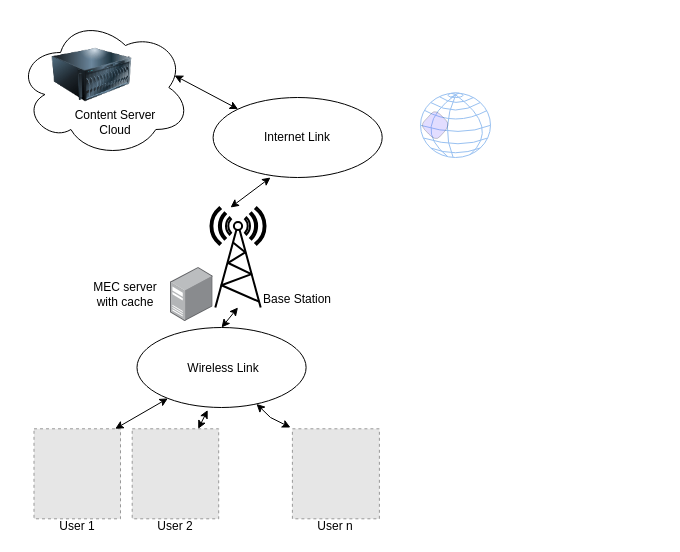
Before: ICC2024.drawio in gughets/mrleo, a draw.io diagram. Source tidied: cells renumbered, new cells numbered last; positions are measured from the earlier drawing's top-left corner, leaving out a move shared by most shapes. Both pictures are drawn from the tidied source at 100%, with x=0, y=0 at pixel (17, 17). Pictures stored in the file or linked from it are replaced by grey dashed boxes.
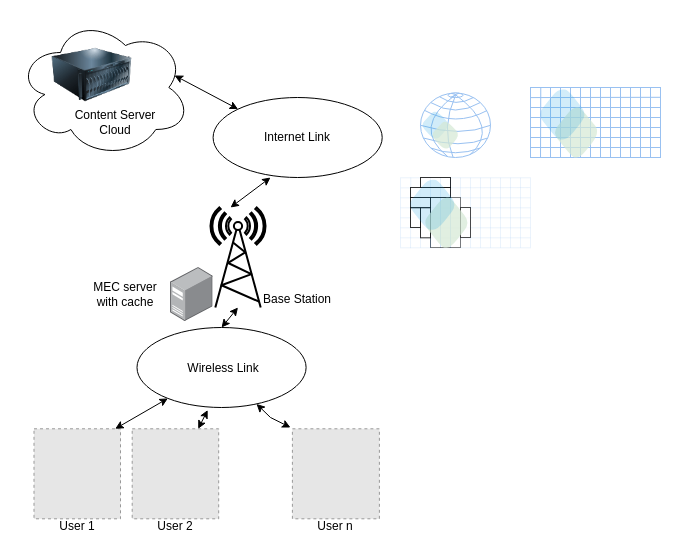
After the change.

The edit, as a diff of the source:
```diff
@@
-    <mxCell id="39" style="shape=hexagon;perimeter=hexagonPerimeter2;whiteSpace=wrap;html=1;fixedSize=1;rounded=1;shadow=0;opacity=20;fillStyle=auto;fillColor=#7154FF;" parent="1" vertex="1">
+    <mxCell id="39" style="shape=hexagon;perimeter=hexagonPerimeter2;whiteSpace=wrap;html=1;fixedSize=1;rounded=1;shadow=0;opacity=20;fillStyle=auto;fillColor=#1ba1e2;strokeColor=none;fontColor=#ffffff;" parent="1" vertex="1">
       <mxGeometry x="403" y="91.6" width="30" height="32.2" as="geometry" />
     </mxCell>
+    <mxCell id="40" style="shape=hexagon;perimeter=hexagonPerimeter2;whiteSpace=wrap;html=1;fixedSize=1;rounded=1;shadow=0;opacity=70;fillStyle=auto;fillColor=#d5e8d4;strokeColor=none;" parent="1" vertex="1">
+      <mxGeometry x="413" y="101.6" width="30" height="32.2" as="geometry" />
+    </mxCell>
+    <mxCell id="41" style="rounded=0;whiteSpace=wrap;html=1;strokeColor=#99C1F1;" parent="1" vertex="1">
+      <mxGeometry x="513" y="70" width="130" height="70" as="geometry" />
+    </mxCell>
+    <mxCell id="42" style="endArrow=none;html=1;rounded=0;entryX=0.079;entryY=-0.004;entryDx=0;entryDy=0;entryPerimeter=0;exitX=0.077;exitY=1.005;exitDx=0;exitDy=0;exitPerimeter=0;strokeColor=#99C1F1;" parent="1" edge="1" source="41" target="41">
+      <mxGeometry relative="1" as="geometry" />
+    </mxCell>
+    <mxCell id="43" style="endArrow=none;html=1;rounded=0;entryX=0.079;entryY=-0.004;entryDx=0;entryDy=0;entryPerimeter=0;exitX=0.077;exitY=1.005;exitDx=0;exitDy=0;exitPerimeter=0;strokeColor=#99C1F1;" parent="1" edge="1">
+      <mxGeometry relative="1" as="geometry">
+        <mxPoint x="533" y="140" as="sourcePoint" />
+        <mxPoint x="533" y="70" as="targetPoint" />
+      </mxGeometry>
+    </mxCell>
+    <mxCell id="44" style="endArrow=none;html=1;rounded=0;entryX=0.079;entryY=-0.004;entryDx=0;entryDy=0;entryPerimeter=0;exitX=0.077;exitY=1.005;exitDx=0;exitDy=0;exitPerimeter=0;strokeColor=#99C1F1;" parent="1" edge="1">
+      <mxGeometry relative="1" as="geometry">
+        <mxPoint x="543" y="140" as="sourcePoint" />
+        <mxPoint x="543" y="70" as="targetPoint" />
+      </mxGeometry>
+    </mxCell>
+    <mxCell id="45" style="endArrow=none;html=1;rounded=0;entryX=0.079;entryY=-0.004;entryDx=0;entryDy=0;entryPerimeter=0;exitX=0.077;exitY=1.005;exitDx=0;exitDy=0;exitPerimeter=0;strokeColor=#99C1F1;" parent="1" edge="1">
+      <mxGeometry relative="1" as="geometry">
+        <mxPoint x="553" y="140" as="sourcePoint" />
+        <mxPoint x="553" y="70" as="targetPoint" />
+      </mxGeometry>
+    </mxCell>
+    <mxCell id="46" style="endArrow=none;html=1;rounded=0;entryX=0.079;entryY=-0.004;entryDx=0;entryDy=0;entryPerimeter=0;exitX=0.077;exitY=1.005;exitDx=0;exitDy=0;exitPerimeter=0;strokeColor=#99C1F1;" parent="1" edge="1">
+      <mxGeometry relative="1" as="geometry">
+        <mxPoint x="563" y="140" as="sourcePoint" />
+        <mxPoint x="563" y="70" as="targetPoint" />
+      </mxGeometry>
+    </mxCell>
+    <mxCell id="47" style="endArrow=none;html=1;rounded=0;entryX=0.079;entryY=-0.004;entryDx=0;entryDy=0;entryPerimeter=0;exitX=0.077;exitY=1.005;exitDx=0;exitDy=0;exitPerimeter=0;strokeColor=#99C1F1;" parent="1" edge="1">
+      <mxGeometry relative="1" as="geometry">
+        <mxPoint x="573" y="140" as="sourcePoint" />
+        <mxPoint x="573" y="70" as="targetPoint" />
+      </mxGeometry>
+    </mxCell>
+    <mxCell id="48" style="endArrow=none;html=1;rounded=0;entryX=0.079;entryY=-0.004;entryDx=0;entryDy=0;entryPerimeter=0;exitX=0.077;exitY=1.005;exitDx=0;exitDy=0;exitPerimeter=0;strokeColor=#99C1F1;" parent="1" edge="1">
+      <mxGeometry relative="1" as="geometry">
+        <mxPoint x="583" y="140" as="sourcePoint" />
+        <mxPoint x="583" y="70" as="targetPoint" />
+      </mxGeometry>
+    </mxCell>
+    <mxCell id="49" style="endArrow=none;html=1;rounded=0;entryX=0.079;entryY=-0.004;entryDx=0;entryDy=0;entryPerimeter=0;exitX=0.077;exitY=1.005;exitDx=0;exitDy=0;exitPerimeter=0;strokeColor=#99C1F1;" parent="1" edge="1">
+      <mxGeometry relative="1" as="geometry">
+        <mxPoint x="593" y="140" as="sourcePoint" />
+        <mxPoint x="593" y="70" as="targetPoint" />
+      </mxGeometry>
+    </mxCell>
+    <mxCell id="50" style="endArrow=none;html=1;rounded=0;entryX=0.079;entryY=-0.004;entryDx=0;entryDy=0;entryPerimeter=0;exitX=0.077;exitY=1.005;exitDx=0;exitDy=0;exitPerimeter=0;strokeColor=#99C1F1;" parent="1" edge="1">
+      <mxGeometry relative="1" as="geometry">
+        <mxPoint x="603" y="140" as="sourcePoint" />
+        <mxPoint x="603" y="70" as="targetPoint" />
+      </mxGeometry>
+    </mxCell>
+    <mxCell id="51" style="endArrow=none;html=1;rounded=0;entryX=0.079;entryY=-0.004;entryDx=0;entryDy=0;entryPerimeter=0;exitX=0.077;exitY=1.005;exitDx=0;exitDy=0;exitPerimeter=0;strokeColor=#99C1F1;" parent="1" edge="1">
+      <mxGeometry relative="1" as="geometry">
+        <mxPoint x="613" y="140" as="sourcePoint" />
+        <mxPoint x="613" y="70" as="targetPoint" />
+      </mxGeometry>
+    </mxCell>
+    <mxCell id="52" style="endArrow=none;html=1;rounded=0;entryX=0.079;entryY=-0.004;entryDx=0;entryDy=0;entryPerimeter=0;exitX=0.077;exitY=1.005;exitDx=0;exitDy=0;exitPerimeter=0;strokeColor=#99C1F1;" parent="1" edge="1">
+      <mxGeometry relative="1" as="geometry">
+        <mxPoint x="623" y="140" as="sourcePoint" />
+        <mxPoint x="623" y="70" as="targetPoint" />
+      </mxGeometry>
+    </mxCell>
+    <mxCell id="53" style="endArrow=none;html=1;rounded=0;entryX=0.079;entryY=-0.004;entryDx=0;entryDy=0;entryPerimeter=0;exitX=0.077;exitY=1.005;exitDx=0;exitDy=0;exitPerimeter=0;strokeColor=#99C1F1;" parent="1" edge="1">
+      <mxGeometry relative="1" as="geometry">
+        <mxPoint x="633" y="140" as="sourcePoint" />
+        <mxPoint x="633" y="70" as="targetPoint" />
+      </mxGeometry>
+    </mxCell>
+    <mxCell id="54" style="endArrow=none;html=1;rounded=0;entryX=0.998;entryY=0.14;entryDx=0;entryDy=0;entryPerimeter=0;exitX=0.002;exitY=0.144;exitDx=0;exitDy=0;exitPerimeter=0;strokeColor=#99C1F1;" parent="1" edge="1" source="41" target="41">
+      <mxGeometry relative="1" as="geometry" />
+    </mxCell>
+    <mxCell id="55" style="endArrow=none;html=1;rounded=0;entryX=0.998;entryY=0.14;entryDx=0;entryDy=0;entryPerimeter=0;exitX=0.002;exitY=0.144;exitDx=0;exitDy=0;exitPerimeter=0;strokeColor=#99C1F1;" parent="1" edge="1">
+      <mxGeometry relative="1" as="geometry">
+        <mxPoint x="513" y="90" as="sourcePoint" />
+        <mxPoint x="643" y="90" as="targetPoint" />
+      </mxGeometry>
+    </mxCell>
+    <mxCell id="56" style="endArrow=none;html=1;rounded=0;entryX=0.998;entryY=0.14;entryDx=0;entryDy=0;entryPerimeter=0;exitX=0.002;exitY=0.144;exitDx=0;exitDy=0;exitPerimeter=0;strokeColor=#99C1F1;" parent="1" edge="1">
+      <mxGeometry relative="1" as="geometry">
+        <mxPoint x="513" y="100" as="sourcePoint" />
+        <mxPoint x="643" y="100" as="targetPoint" />
+      </mxGeometry>
+    </mxCell>
+    <mxCell id="57" style="endArrow=none;html=1;rounded=0;entryX=0.998;entryY=0.14;entryDx=0;entryDy=0;entryPerimeter=0;exitX=0.002;exitY=0.144;exitDx=0;exitDy=0;exitPerimeter=0;strokeColor=#99C1F1;" parent="1" edge="1">
+      <mxGeometry relative="1" as="geometry">
+        <mxPoint x="513" y="110" as="sourcePoint" />
+        <mxPoint x="643" y="110" as="targetPoint" />
+      </mxGeometry>
+    </mxCell>
+    <mxCell id="58" style="endArrow=none;html=1;rounded=0;entryX=0.998;entryY=0.14;entryDx=0;entryDy=0;entryPerimeter=0;exitX=0.002;exitY=0.144;exitDx=0;exitDy=0;exitPerimeter=0;strokeColor=#99C1F1;" parent="1" edge="1">
+      <mxGeometry relative="1" as="geometry">
+        <mxPoint x="513" y="120" as="sourcePoint" />
+        <mxPoint x="643" y="120" as="targetPoint" />
+      </mxGeometry>
+    </mxCell>
+    <mxCell id="59" style="endArrow=none;html=1;rounded=0;entryX=0.998;entryY=0.14;entryDx=0;entryDy=0;entryPerimeter=0;exitX=0.002;exitY=0.144;exitDx=0;exitDy=0;exitPerimeter=0;strokeColor=#99C1F1;" parent="1" edge="1">
+      <mxGeometry relative="1" as="geometry">
+        <mxPoint x="513" y="130" as="sourcePoint" />
+        <mxPoint x="643" y="130" as="targetPoint" />
+      </mxGeometry>
+    </mxCell>
+    <mxCell id="60" style="shape=hexagon;perimeter=hexagonPerimeter2;whiteSpace=wrap;html=1;fixedSize=1;rounded=1;shadow=0;opacity=70;fillStyle=solid;fillColor=#d5e8d4;strokeColor=none;arcSize=30;" parent="1" vertex="1">
+      <mxGeometry x="535" y="90" width="48" height="50" as="geometry" />
+    </mxCell>
+    <mxCell id="61" style="rounded=0;whiteSpace=wrap;html=1;strokeColor=#99C1F1;opacity=20;" parent="1" vertex="1">
+      <mxGeometry x="383" y="160.3" width="130" height="70" as="geometry" />
+    </mxCell>
+    <mxCell id="62" style="endArrow=none;html=1;rounded=0;entryX=0.079;entryY=-0.004;entryDx=0;entryDy=0;entryPerimeter=0;exitX=0.077;exitY=1.005;exitDx=0;exitDy=0;exitPerimeter=0;strokeColor=#99C1F1;opacity=20;" parent="1" edge="1" source="61" target="61">
+      <mxGeometry relative="1" as="geometry" />
+    </mxCell>
+    <mxCell id="63" style="endArrow=none;html=1;rounded=0;entryX=0.079;entryY=-0.004;entryDx=0;entryDy=0;entryPerimeter=0;exitX=0.077;exitY=1.005;exitDx=0;exitDy=0;exitPerimeter=0;strokeColor=#99C1F1;opacity=20;" parent="1" edge="1">
+      <mxGeometry relative="1" as="geometry">
+        <mxPoint x="403" y="230.3" as="sourcePoint" />
+        <mxPoint x="403" y="160.3" as="targetPoint" />
+      </mxGeometry>
+    </mxCell>
+    <mxCell id="64" style="endArrow=none;html=1;rounded=0;entryX=0.079;entryY=-0.004;entryDx=0;entryDy=0;entryPerimeter=0;exitX=0.077;exitY=1.005;exitDx=0;exitDy=0;exitPerimeter=0;strokeColor=#99C1F1;" parent="1" edge="1">
+      <mxGeometry relative="1" as="geometry">
+        <mxPoint x="413" y="230.3" as="sourcePoint" />
+        <mxPoint x="413" y="160.3" as="targetPoint" />
+      </mxGeometry>
+    </mxCell>
+    <mxCell id="65" style="endArrow=none;html=1;rounded=0;entryX=0.079;entryY=-0.004;entryDx=0;entryDy=0;entryPerimeter=0;exitX=0.077;exitY=1.005;exitDx=0;exitDy=0;exitPerimeter=0;strokeColor=#99C1F1;" parent="1" edge="1">
+      <mxGeometry relative="1" as="geometry">
+        <mxPoint x="423" y="230.3" as="sourcePoint" />
+        <mxPoint x="423" y="160.3" as="targetPoint" />
+      </mxGeometry>
+    </mxCell>
+    <mxCell id="66" style="endArrow=none;html=1;rounded=0;entryX=0.079;entryY=-0.004;entryDx=0;entryDy=0;entryPerimeter=0;exitX=0.077;exitY=1.005;exitDx=0;exitDy=0;exitPerimeter=0;strokeColor=#99C1F1;" parent="1" edge="1">
+      <mxGeometry relative="1" as="geometry">
+        <mxPoint x="433" y="230.3" as="sourcePoint" />
+        <mxPoint x="433" y="160.3" as="targetPoint" />
+      </mxGeometry>
+    </mxCell>
+    <mxCell id="67" style="endArrow=none;html=1;rounded=0;entryX=0.079;entryY=-0.004;entryDx=0;entryDy=0;entryPerimeter=0;exitX=0.077;exitY=1.005;exitDx=0;exitDy=0;exitPerimeter=0;strokeColor=#99C1F1;opacity=20;" parent="1" edge="1">
+      <mxGeometry relative="1" as="geometry">
+        <mxPoint x="443" y="230.3" as="sourcePoint" />
+        <mxPoint x="443" y="160.3" as="targetPoint" />
+      </mxGeometry>
+    </mxCell>
+    <mxCell id="68" style="endArrow=none;html=1;rounded=0;entryX=0.079;entryY=-0.004;entryDx=0;entryDy=0;entryPerimeter=0;exitX=0.077;exitY=1.005;exitDx=0;exitDy=0;exitPerimeter=0;strokeColor=#99C1F1;opacity=20;" parent="1" edge="1">
+      <mxGeometry relative="1" as="geometry">
+        <mxPoint x="453" y="230.3" as="sourcePoint" />
+        <mxPoint x="453" y="160.3" as="targetPoint" />
+      </mxGeometry>
+    </mxCell>
+    <mxCell id="69" style="endArrow=none;html=1;rounded=0;entryX=0.079;entryY=-0.004;entryDx=0;entryDy=0;entryPerimeter=0;exitX=0.077;exitY=1.005;exitDx=0;exitDy=0;exitPerimeter=0;strokeColor=#99C1F1;opacity=20;" parent="1" edge="1">
+      <mxGeometry relative="1" as="geometry">
+        <mxPoint x="463" y="230.3" as="sourcePoint" />
+        <mxPoint x="463" y="160.3" as="targetPoint" />
+      </mxGeometry>
+    </mxCell>
+    <mxCell id="70" style="endArrow=none;html=1;rounded=0;entryX=0.079;entryY=-0.004;entryDx=0;entryDy=0;entryPerimeter=0;exitX=0.077;exitY=1.005;exitDx=0;exitDy=0;exitPerimeter=0;strokeColor=#99C1F1;opacity=20;" parent="1" edge="1">
+      <mxGeometry relative="1" as="geometry">
+        <mxPoint x="473" y="230.3" as="sourcePoint" />
+        <mxPoint x="473" y="160.3" as="targetPoint" />
+      </mxGeometry>
+    </mxCell>
+    <mxCell id="71" style="endArrow=none;html=1;rounded=0;entryX=0.079;entryY=-0.004;entryDx=0;entryDy=0;entryPerimeter=0;exitX=0.077;exitY=1.005;exitDx=0;exitDy=0;exitPerimeter=0;strokeColor=#99C1F1;opacity=20;" parent="1" edge="1">
+      <mxGeometry relative="1" as="geometry">
+        <mxPoint x="483" y="230.3" as="sourcePoint" />
+        <mxPoint x="483" y="160.3" as="targetPoint" />
+      </mxGeometry>
+    </mxCell>
+    <mxCell id="72" style="endArrow=none;html=1;rounded=0;entryX=0.079;entryY=-0.004;entryDx=0;entryDy=0;entryPerimeter=0;exitX=0.077;exitY=1.005;exitDx=0;exitDy=0;exitPerimeter=0;strokeColor=#99C1F1;opacity=20;" parent="1" edge="1">
+      <mxGeometry relative="1" as="geometry">
+        <mxPoint x="493" y="230.3" as="sourcePoint" />
+        <mxPoint x="493" y="160.3" as="targetPoint" />
+      </mxGeometry>
+    </mxCell>
+    <mxCell id="73" style="endArrow=none;html=1;rounded=0;entryX=0.079;entryY=-0.004;entryDx=0;entryDy=0;entryPerimeter=0;exitX=0.077;exitY=1.005;exitDx=0;exitDy=0;exitPerimeter=0;strokeColor=#99C1F1;opacity=20;" parent="1" edge="1">
+      <mxGeometry relative="1" as="geometry">
+        <mxPoint x="503" y="230.3" as="sourcePoint" />
+        <mxPoint x="503" y="160.3" as="targetPoint" />
+      </mxGeometry>
+    </mxCell>
+    <mxCell id="74" style="endArrow=none;html=1;rounded=0;entryX=0.998;entryY=0.14;entryDx=0;entryDy=0;entryPerimeter=0;exitX=0.002;exitY=0.144;exitDx=0;exitDy=0;exitPerimeter=0;strokeColor=#99C1F1;opacity=20;" parent="1" edge="1" source="61" target="61">
+      <mxGeometry relative="1" as="geometry" />
+    </mxCell>
+    <mxCell id="75" style="endArrow=none;html=1;rounded=0;entryX=0.998;entryY=0.14;entryDx=0;entryDy=0;entryPerimeter=0;exitX=0.002;exitY=0.144;exitDx=0;exitDy=0;exitPerimeter=0;strokeColor=#99C1F1;opacity=20;" parent="1" edge="1">
+      <mxGeometry relative="1" as="geometry">
+        <mxPoint x="383" y="180.3" as="sourcePoint" />
+        <mxPoint x="513" y="180.3" as="targetPoint" />
+      </mxGeometry>
+    </mxCell>
+    <mxCell id="76" style="endArrow=none;html=1;rounded=0;entryX=0.998;entryY=0.14;entryDx=0;entryDy=0;entryPerimeter=0;exitX=0.002;exitY=0.144;exitDx=0;exitDy=0;exitPerimeter=0;strokeColor=#99C1F1;opacity=20;" parent="1" edge="1">
+      <mxGeometry relative="1" as="geometry">
+        <mxPoint x="383" y="190.3" as="sourcePoint" />
+        <mxPoint x="513" y="190.3" as="targetPoint" />
+      </mxGeometry>
+    </mxCell>
+    <mxCell id="77" style="endArrow=none;html=1;rounded=0;entryX=0.998;entryY=0.14;entryDx=0;entryDy=0;entryPerimeter=0;exitX=0.002;exitY=0.144;exitDx=0;exitDy=0;exitPerimeter=0;strokeColor=#99C1F1;opacity=20;" parent="1" edge="1">
+      <mxGeometry relative="1" as="geometry">
+        <mxPoint x="383" y="200.3" as="sourcePoint" />
+        <mxPoint x="513" y="200.3" as="targetPoint" />
+      </mxGeometry>
+    </mxCell>
+    <mxCell id="78" style="endArrow=none;html=1;rounded=0;entryX=0.998;entryY=0.14;entryDx=0;entryDy=0;entryPerimeter=0;exitX=0.002;exitY=0.144;exitDx=0;exitDy=0;exitPerimeter=0;strokeColor=#99C1F1;opacity=20;" parent="1" edge="1">
+      <mxGeometry relative="1" as="geometry">
+        <mxPoint x="383" y="210.3" as="sourcePoint" />
+        <mxPoint x="513" y="210.3" as="targetPoint" />
+      </mxGeometry>
+    </mxCell>
+    <mxCell id="79" style="endArrow=none;html=1;rounded=0;entryX=0.998;entryY=0.14;entryDx=0;entryDy=0;entryPerimeter=0;exitX=0.002;exitY=0.144;exitDx=0;exitDy=0;exitPerimeter=0;strokeColor=#99C1F1;opacity=20;" parent="1" edge="1">
+      <mxGeometry relative="1" as="geometry">
+        <mxPoint x="383" y="220.3" as="sourcePoint" />
+        <mxPoint x="513" y="220.3" as="targetPoint" />
+      </mxGeometry>
+    </mxCell>
+    <mxCell id="80" style="rounded=0;whiteSpace=wrap;html=1;opacity=70;" parent="1" vertex="1">
+      <mxGeometry x="443" y="190" width="10" height="30" as="geometry" />
+    </mxCell>
+    <mxCell id="81" style="rounded=0;whiteSpace=wrap;html=1;opacity=50;" parent="1" vertex="1">
+      <mxGeometry x="413" y="180" width="30" height="50" as="geometry" />
+    </mxCell>
+    <mxCell id="82" style="rounded=0;whiteSpace=wrap;html=1;opacity=80;" parent="1" vertex="1">
+      <mxGeometry x="403" y="190.3" width="10" height="30" as="geometry" />
+    </mxCell>
+    <mxCell id="83" style="rounded=0;whiteSpace=wrap;html=1;opacity=80;" parent="1" vertex="1">
+      <mxGeometry x="393" y="170" width="40" height="10" as="geometry" />
+    </mxCell>
+    <mxCell id="84" style="rounded=0;whiteSpace=wrap;html=1;opacity=80;" parent="1" vertex="1">
+      <mxGeometry x="393" y="190.3" width="10" height="19.7" as="geometry" />
+    </mxCell>
+    <mxCell id="85" style="rounded=0;whiteSpace=wrap;html=1;opacity=80;" parent="1" vertex="1">
+      <mxGeometry x="393" y="180" width="20" height="10" as="geometry" />
+    </mxCell>
+    <mxCell id="86" style="rounded=0;whiteSpace=wrap;html=1;opacity=80;" parent="1" vertex="1">
+      <mxGeometry x="403" y="160" width="30" height="10" as="geometry" />
+    </mxCell>
+    <mxCell id="87" style="shape=hexagon;perimeter=hexagonPerimeter2;whiteSpace=wrap;html=1;fixedSize=1;rounded=1;shadow=0;opacity=70;fillStyle=solid;fillColor=#d5e8d4;strokeColor=none;" parent="1" vertex="1">
+      <mxGeometry x="405" y="180.3" width="48" height="50" as="geometry" />
+    </mxCell>
+    <mxCell id="88" style="shape=hexagon;perimeter=hexagonPerimeter2;whiteSpace=wrap;html=1;fixedSize=1;rounded=1;shadow=0;opacity=20;fillStyle=auto;fillColor=#1ba1e2;strokeColor=none;fontColor=#ffffff;" parent="1" vertex="1">
+      <mxGeometry x="520" y="72" width="50" height="50" as="geometry" />
+    </mxCell>
+    <mxCell id="89" style="shape=hexagon;perimeter=hexagonPerimeter2;whiteSpace=wrap;html=1;fixedSize=1;rounded=1;shadow=0;opacity=20;fillStyle=auto;fillColor=#1ba1e2;strokeColor=none;fontColor=#ffffff;" parent="1" vertex="1">
+      <mxGeometry x="390" y="162.3" width="50" height="50" as="geometry" />
+    </mxCell>
```
